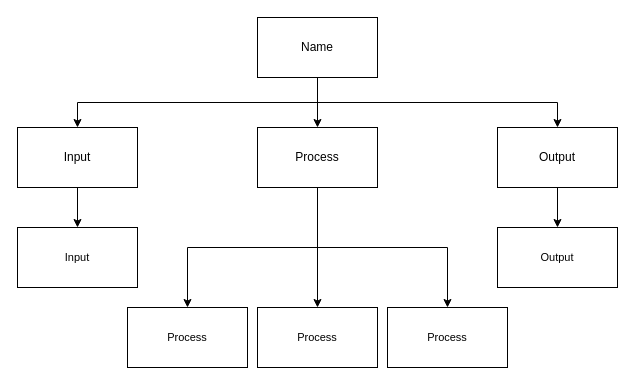
The draw.io diagram design.drawio in Aleksandr-Ten/ICS3U-Unit4-03-Python, before the edit. Source tidied: cells renumbered, new cells numbered last; positions are measured from the earlier drawing's top-left corner, leaving out a move shared by most shapes. Both pictures are drawn from the tidied source at 100%, with x=0, y=0 at pixel (17, 17).
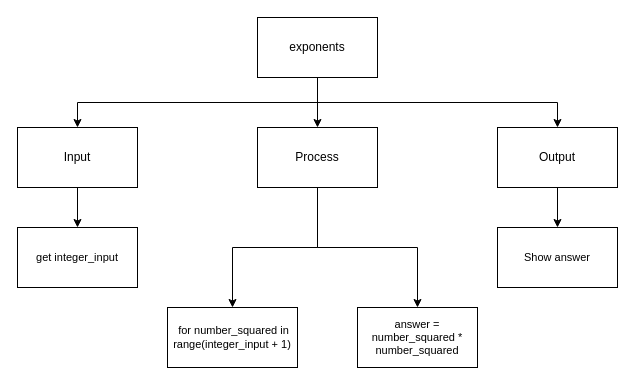
Above is the later version.

The edit, as a diff of the source:
```diff
@@
 <mxGraphModel>
   <root>
     <mxCell id="0" />
     <mxCell id="1" parent="0" />
     <mxCell id="2" style="edgeStyle=none;html=1;exitX=0.5;exitY=1;exitDx=0;exitDy=0;entryX=0.5;entryY=0;entryDx=0;entryDy=0;" parent="1" edge="1" source="5" target="9">
       <mxGeometry relative="1" as="geometry" />
     </mxCell>
     <mxCell id="3" style="edgeStyle=orthogonalEdgeStyle;html=1;exitX=0.5;exitY=1;exitDx=0;exitDy=0;entryX=0.5;entryY=0;entryDx=0;entryDy=0;rounded=0;" parent="1" edge="1" source="5" target="11">
       <mxGeometry relative="1" as="geometry" />
     </mxCell>
     <mxCell id="4" style="edgeStyle=orthogonalEdgeStyle;shape=connector;rounded=0;html=1;labelBackgroundColor=default;fontFamily=Helvetica;fontSize=11;fontColor=default;endArrow=classic;strokeColor=default;exitX=0.5;exitY=1;exitDx=0;exitDy=0;" parent="1" edge="1" source="5" target="13">
       <mxGeometry relative="1" as="geometry" />
     </mxCell>
-    <mxCell id="5" value="Name" style="rounded=0;whiteSpace=wrap;html=1;" parent="1" vertex="1">
+    <mxCell id="5" value="exponents" style="rounded=0;whiteSpace=wrap;html=1;" parent="1" vertex="1">
       <mxGeometry x="240" width="120" height="60" as="geometry" />
     </mxCell>
-    <mxCell id="6" style="edgeStyle=orthogonalEdgeStyle;shape=connector;rounded=0;html=1;labelBackgroundColor=default;fontFamily=Helvetica;fontSize=11;fontColor=default;endArrow=classic;strokeColor=default;" parent="1" edge="1" source="9" target="16">
-      <mxGeometry relative="1" as="geometry" />
-    </mxCell>
     <mxCell id="7" style="edgeStyle=orthogonalEdgeStyle;shape=connector;rounded=0;html=1;exitX=0.5;exitY=1;exitDx=0;exitDy=0;labelBackgroundColor=default;fontFamily=Helvetica;fontSize=11;fontColor=default;endArrow=classic;strokeColor=default;" parent="1" edge="1" source="9" target="15">
       <mxGeometry relative="1" as="geometry" />
     </mxCell>
     <mxCell id="8" style="edgeStyle=orthogonalEdgeStyle;shape=connector;rounded=0;html=1;exitX=0.5;exitY=1;exitDx=0;exitDy=0;labelBackgroundColor=default;fontFamily=Helvetica;fontSize=11;fontColor=default;endArrow=classic;strokeColor=default;" parent="1" edge="1" source="9" target="17">
       <mxGeometry relative="1" as="geometry" />
     </mxCell>
     <mxCell id="9" value="Process" style="rounded=0;whiteSpace=wrap;html=1;" parent="1" vertex="1">
       <mxGeometry x="240" y="110" width="120" height="60" as="geometry" />
     </mxCell>
     <mxCell id="10" style="edgeStyle=orthogonalEdgeStyle;shape=connector;rounded=0;html=1;exitX=0.5;exitY=1;exitDx=0;exitDy=0;labelBackgroundColor=default;fontFamily=Helvetica;fontSize=11;fontColor=default;endArrow=classic;strokeColor=default;" parent="1" edge="1" source="11" target="14">
       <mxGeometry relative="1" as="geometry" />
     </mxCell>
     <mxCell id="11" value="Input" style="rounded=0;whiteSpace=wrap;html=1;" parent="1" vertex="1">
       <mxGeometry y="110" width="120" height="60" as="geometry" />
     </mxCell>
     <mxCell id="12" style="edgeStyle=orthogonalEdgeStyle;shape=connector;rounded=0;html=1;labelBackgroundColor=default;fontFamily=Helvetica;fontSize=11;fontColor=default;endArrow=classic;strokeColor=default;" parent="1" edge="1" source="13" target="18">
       <mxGeometry relative="1" as="geometry" />
     </mxCell>
     <mxCell id="13" value="Output" style="rounded=0;whiteSpace=wrap;html=1;" parent="1" vertex="1">
       <mxGeometry x="480" y="110" width="120" height="60" as="geometry" />
     </mxCell>
-    <mxCell id="14" value="Input" style="rounded=0;whiteSpace=wrap;html=1;fontFamily=Helvetica;fontSize=11;fontColor=default;" parent="1" vertex="1">
+    <mxCell id="14" value="get integer_input" style="rounded=0;whiteSpace=wrap;html=1;fontFamily=Helvetica;fontSize=11;fontColor=default;" parent="1" vertex="1">
       <mxGeometry y="210" width="120" height="60" as="geometry" />
     </mxCell>
-    <mxCell id="15" value="Process" style="rounded=0;whiteSpace=wrap;html=1;fontFamily=Helvetica;fontSize=11;fontColor=default;" parent="1" vertex="1">
-      <mxGeometry x="110" y="290" width="120" height="60" as="geometry" />
+    <mxCell id="15" value="&amp;nbsp;for number_squared in range(integer_input + 1)" style="rounded=0;whiteSpace=wrap;html=1;fontFamily=Helvetica;fontSize=11;fontColor=default;" parent="1" vertex="1">
+      <mxGeometry x="150" y="290" width="130" height="60" as="geometry" />
     </mxCell>
-    <mxCell id="16" value="Process" style="rounded=0;whiteSpace=wrap;html=1;fontFamily=Helvetica;fontSize=11;fontColor=default;" parent="1" vertex="1">
-      <mxGeometry x="240" y="290" width="120" height="60" as="geometry" />
-    </mxCell>
-    <mxCell id="17" value="Process" style="rounded=0;whiteSpace=wrap;html=1;fontFamily=Helvetica;fontSize=11;fontColor=default;" parent="1" vertex="1">
-      <mxGeometry x="370" y="290" width="120" height="60" as="geometry" />
+    <mxCell id="17" value="&lt;span&gt;answer = number_squared * number_squared&lt;/span&gt;" style="rounded=0;whiteSpace=wrap;html=1;fontFamily=Helvetica;fontSize=11;fontColor=default;" parent="1" vertex="1">
+      <mxGeometry x="340" y="290" width="120" height="60" as="geometry" />
     </mxCell>
-    <mxCell id="18" value="Output" style="rounded=0;whiteSpace=wrap;html=1;fontFamily=Helvetica;fontSize=11;fontColor=default;" parent="1" vertex="1">
+    <mxCell id="18" value="Show answer" style="rounded=0;whiteSpace=wrap;html=1;fontFamily=Helvetica;fontSize=11;fontColor=default;" parent="1" vertex="1">
       <mxGeometry x="480" y="210" width="120" height="60" as="geometry" />
     </mxCell>
   </root>
 </mxGraphModel>
```
